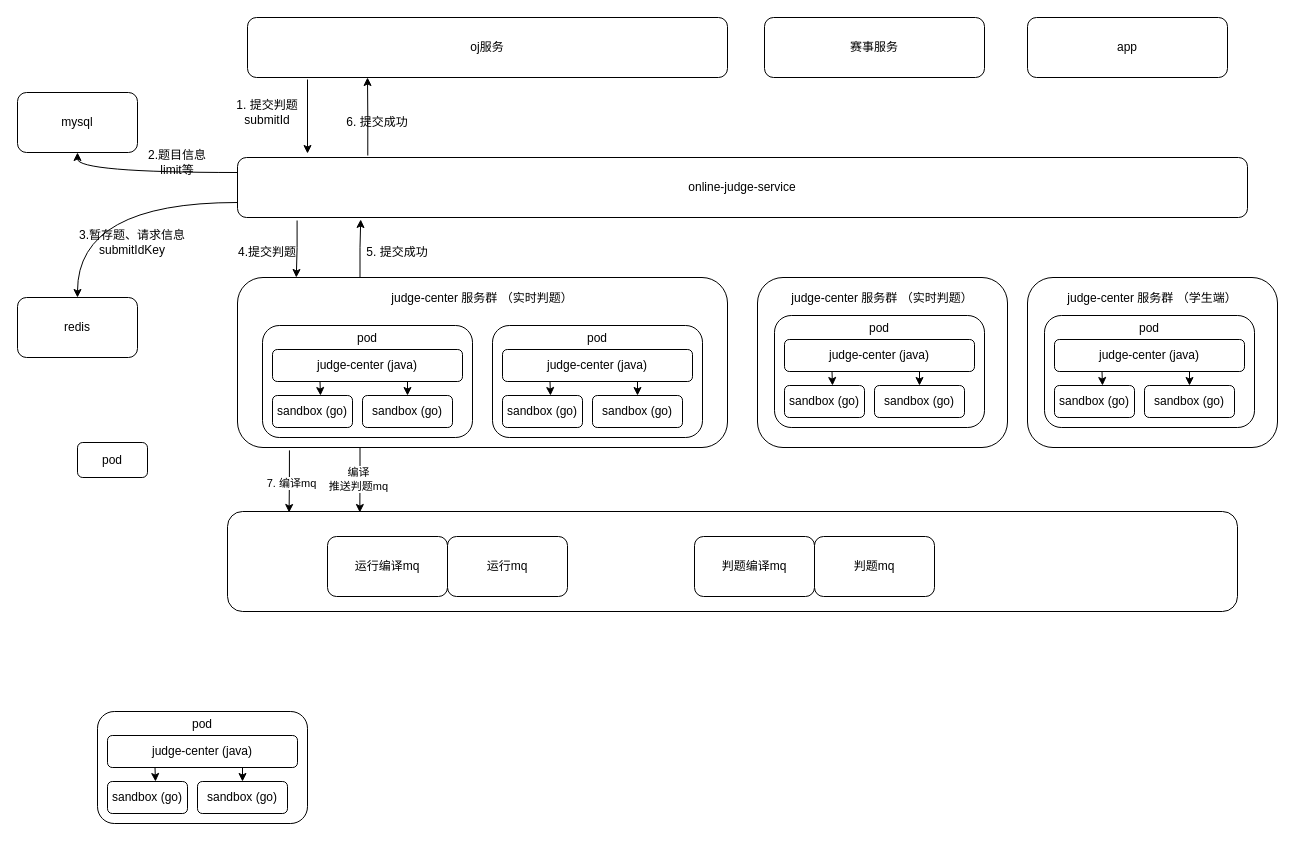
Above: 沙箱群.drawio in xiell2016/hetaoDesign (draw.io), before the change. Source tidied: cells renumbered, new cells numbered last; positions are measured from the earlier drawing's top-left corner, leaving out a move shared by most shapes. Both pictures are drawn from the tidied source at 100%, with x=0, y=0 at pixel (17, 17).
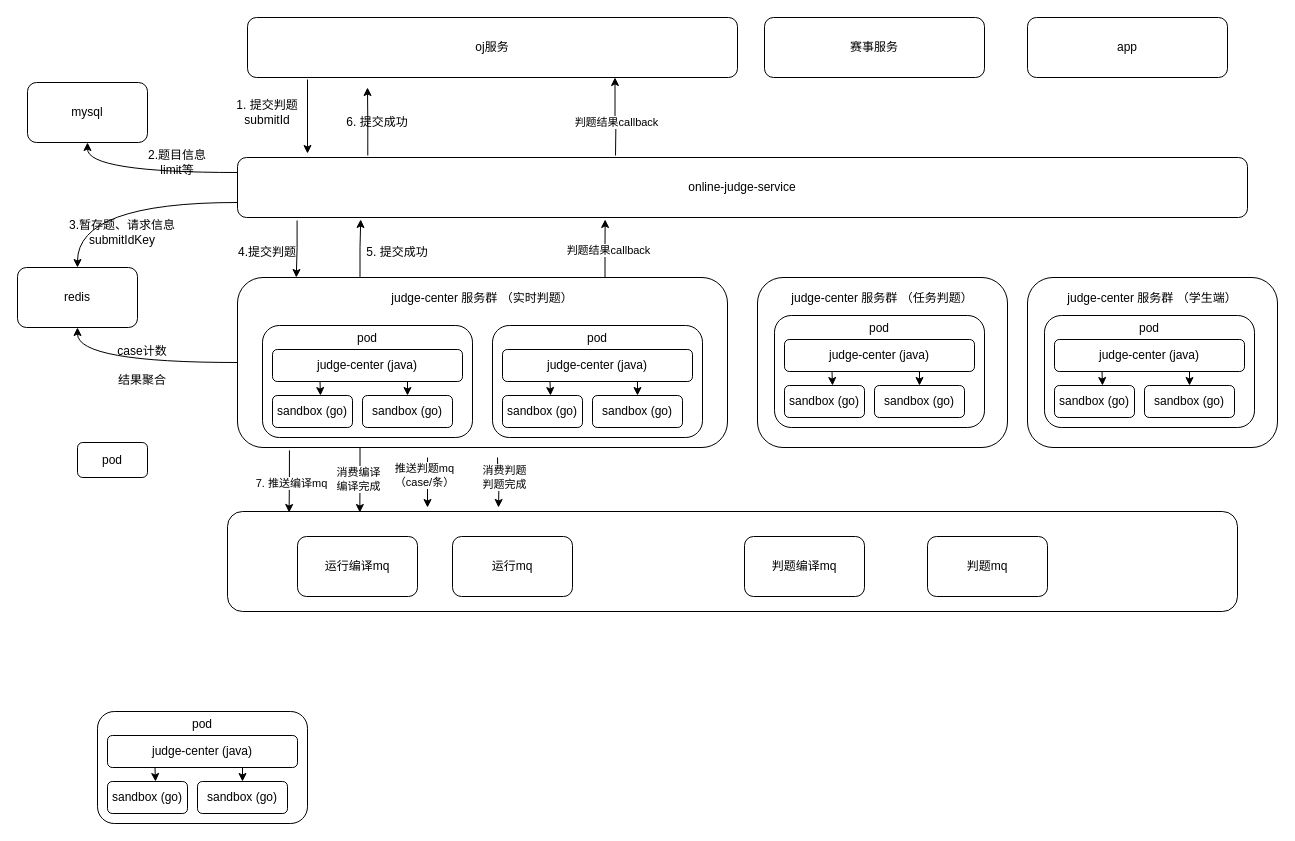
After the change.

Commit message (it also covers changes not shown here):
更新沙箱群.drawio

Unchanged cells that the change refers to:
```xml
<mxCell id="7" value="online-judge-service" style="rounded=1;whiteSpace=wrap;html=1;" parent="1" vertex="1">
  <mxGeometry x="220" y="140" width="1010" height="60" as="geometry" />
</mxCell>
<mxCell id="8" value="judge-center&lt;span style=&quot;background-color: initial;&quot;&gt;&amp;nbsp;服务群 （实时判题）&lt;/span&gt;&lt;div&gt;&lt;br&gt;&lt;/div&gt;&lt;div&gt;&lt;br&gt;&lt;div&gt;&lt;span style=&quot;background-color: initial;&quot;&gt;&lt;br&gt;&lt;/span&gt;&lt;/div&gt;&lt;div&gt;&lt;span style=&quot;background-color: initial;&quot;&gt;&lt;br&gt;&lt;/span&gt;&lt;/div&gt;&lt;div&gt;&lt;br&gt;&lt;/div&gt;&lt;div&gt;&lt;br&gt;&lt;/div&gt;&lt;div&gt;&lt;br&gt;&lt;/div&gt;&lt;div&gt;&lt;br&gt;&lt;/div&gt;&lt;div&gt;&lt;br&gt;&lt;/div&gt;&lt;/div&gt;" style="rounded=1;whiteSpace=wrap;html=1;" parent="1" vertex="1">
  <mxGeometry x="220" y="260" width="490" height="170" as="geometry" />
</mxCell>
<mxCell id="22" style="edgeStyle=orthogonalEdgeStyle;rounded=0;jettySize=auto;html=1;exitX=0.106;exitY=1.017;exitDx=0;exitDy=0;entryX=0.061;entryY=0.01;entryDx=0;entryDy=0;entryPerimeter=0;exitPerimeter=0;" parent="1" edge="1" source="8" target="2">
  <mxGeometry relative="1" as="geometry" />
</mxCell>
<mxCell id="29" style="edgeStyle=orthogonalEdgeStyle;rounded=0;jettySize=auto;html=1;exitX=0.25;exitY=1;exitDx=0;exitDy=0;entryX=0.131;entryY=0.01;entryDx=0;entryDy=0;entryPerimeter=0;" parent="1" edge="1" source="8" target="2">
  <mxGeometry relative="1" as="geometry" />
</mxCell>
```

What changed in the source:
```diff
@@
     <mxCell id="3" value="oj服务" style="rounded=1;whiteSpace=wrap;html=1;" parent="1" vertex="1">
-      <mxGeometry x="230" width="480" height="60" as="geometry" />
+      <mxGeometry x="230" width="490" height="60" as="geometry" />
     </mxCell>
@@
-    <mxCell id="6" style="edgeStyle=orthogonalEdgeStyle;rounded=0;jettySize=auto;html=1;exitX=0.129;exitY=-0.033;exitDx=0;exitDy=0;entryX=0.25;entryY=1;entryDx=0;entryDy=0;exitPerimeter=0;" parent="1" edge="1" source="7" target="3">
-      <mxGeometry relative="1" as="geometry" />
+    <mxCell id="6" style="edgeStyle=orthogonalEdgeStyle;rounded=0;jettySize=auto;html=1;exitX=0.129;exitY=-0.033;exitDx=0;exitDy=0;exitPerimeter=0;" parent="1" edge="1" source="7">
+      <mxGeometry relative="1" as="geometry">
+        <mxPoint x="350" y="70" as="targetPoint" />
+      </mxGeometry>
     </mxCell>
+    <mxCell id="65" style="edgeStyle=orthogonalEdgeStyle;rounded=0;jettySize=auto;html=1;entryX=0.75;entryY=1;entryDx=0;entryDy=0;" parent="1" edge="1" target="3">
+      <mxGeometry relative="1" as="geometry">
+        <mxPoint x="598" y="138" as="sourcePoint" />
+      </mxGeometry>
+    </mxCell>
+    <mxCell id="66" value="判题结果callback" style="edgeLabel;html=1;align=center;verticalAlign=middle;" parent="65" vertex="1">
+      <mxGeometry x="-0.14" relative="1" as="geometry" />
+    </mxCell>
@@
+    <mxCell id="67" style="edgeStyle=orthogonalEdgeStyle;rounded=0;jettySize=auto;html=1;exitX=0;exitY=0.5;exitDx=0;exitDy=0;entryX=0.5;entryY=1;entryDx=0;entryDy=0;curved=1;" parent="1" edge="1" source="8" target="10">
+      <mxGeometry relative="1" as="geometry" />
+    </mxCell>
+    <mxCell id="68" style="edgeStyle=orthogonalEdgeStyle;rounded=0;orthogonalLoop=1;jettySize=auto;html=1;" parent="1" edge="1">
+      <mxGeometry relative="1" as="geometry">
+        <mxPoint x="410" y="440" as="sourcePoint" />
+        <mxPoint x="410" y="490" as="targetPoint" />
+      </mxGeometry>
+    </mxCell>
+    <mxCell id="69" value="&lt;div&gt;推送判题mq&lt;/div&gt;&lt;div&gt;（case/条）&lt;/div&gt;" style="edgeLabel;html=1;align=center;verticalAlign=middle;" parent="68" vertex="1">
+      <mxGeometry x="-0.32" y="-4" relative="1" as="geometry" />
+    </mxCell>
@@
     <mxCell id="9" value="mysql" style="rounded=1;whiteSpace=wrap;html=1;" parent="1" vertex="1">
-      <mxGeometry y="75" width="120" height="60" as="geometry" />
+      <mxGeometry x="10" y="65" width="120" height="60" as="geometry" />
     </mxCell>
     <mxCell id="10" value="redis" style="rounded=1;whiteSpace=wrap;html=1;" parent="1" vertex="1">
-      <mxGeometry y="280" width="120" height="60" as="geometry" />
+      <mxGeometry y="250" width="120" height="60" as="geometry" />
     </mxCell>
     <mxCell id="11" value="运行编译mq" style="rounded=1;whiteSpace=wrap;html=1;" parent="1" vertex="1">
-      <mxGeometry x="310" y="519" width="120" height="60" as="geometry" />
+      <mxGeometry x="280" y="519" width="120" height="60" as="geometry" />
     </mxCell>
     <mxCell id="12" value="判题编译mq" style="rounded=1;whiteSpace=wrap;html=1;" parent="1" vertex="1">
-      <mxGeometry x="677" y="519" width="120" height="60" as="geometry" />
+      <mxGeometry x="727" y="519" width="120" height="60" as="geometry" />
     </mxCell>
     <mxCell id="13" value="运行mq" style="rounded=1;whiteSpace=wrap;html=1;" parent="1" vertex="1">
-      <mxGeometry x="430" y="519" width="120" height="60" as="geometry" />
+      <mxGeometry x="435" y="519" width="120" height="60" as="geometry" />
     </mxCell>
-    <mxCell id="14" value="judge-center&lt;span style=&quot;background-color: initial;&quot;&gt;&amp;nbsp;服务群 （实时判题）&lt;/span&gt;&lt;div&gt;&lt;span style=&quot;background-color: initial;&quot;&gt;&lt;br&gt;&lt;/span&gt;&lt;/div&gt;&lt;div&gt;&lt;span style=&quot;background-color: initial;&quot;&gt;&lt;br&gt;&lt;/span&gt;&lt;/div&gt;&lt;div&gt;&lt;span style=&quot;background-color: initial;&quot;&gt;&lt;br&gt;&lt;/span&gt;&lt;/div&gt;&lt;div&gt;&lt;span style=&quot;background-color: initial;&quot;&gt;&lt;br&gt;&lt;/span&gt;&lt;/div&gt;&lt;div&gt;&lt;span style=&quot;background-color: initial;&quot;&gt;&lt;br&gt;&lt;/span&gt;&lt;/div&gt;&lt;div&gt;&lt;span style=&quot;background-color: initial;&quot;&gt;&lt;br&gt;&lt;/span&gt;&lt;/div&gt;&lt;div&gt;&lt;span style=&quot;background-color: initial;&quot;&gt;&lt;br&gt;&lt;/span&gt;&lt;/div&gt;&lt;div&gt;&lt;span style=&quot;background-color: initial;&quot;&gt;&lt;br&gt;&lt;/span&gt;&lt;/div&gt;&lt;div&gt;&lt;span style=&quot;background-color: initial;&quot;&gt;&lt;br&gt;&lt;/span&gt;&lt;/div&gt;" style="rounded=1;whiteSpace=wrap;html=1;" parent="1" vertex="1">
+    <mxCell id="14" value="judge-center&lt;span style=&quot;background-color: initial;&quot;&gt;&amp;nbsp;服务群 （任务判题）&lt;/span&gt;&lt;div&gt;&lt;span style=&quot;background-color: initial;&quot;&gt;&lt;br&gt;&lt;/span&gt;&lt;/div&gt;&lt;div&gt;&lt;span style=&quot;background-color: initial;&quot;&gt;&lt;br&gt;&lt;/span&gt;&lt;/div&gt;&lt;div&gt;&lt;span style=&quot;background-color: initial;&quot;&gt;&lt;br&gt;&lt;/span&gt;&lt;/div&gt;&lt;div&gt;&lt;span style=&quot;background-color: initial;&quot;&gt;&lt;br&gt;&lt;/span&gt;&lt;/div&gt;&lt;div&gt;&lt;span style=&quot;background-color: initial;&quot;&gt;&lt;br&gt;&lt;/span&gt;&lt;/div&gt;&lt;div&gt;&lt;span style=&quot;background-color: initial;&quot;&gt;&lt;br&gt;&lt;/span&gt;&lt;/div&gt;&lt;div&gt;&lt;span style=&quot;background-color: initial;&quot;&gt;&lt;br&gt;&lt;/span&gt;&lt;/div&gt;&lt;div&gt;&lt;span style=&quot;background-color: initial;&quot;&gt;&lt;br&gt;&lt;/span&gt;&lt;/div&gt;&lt;div&gt;&lt;span style=&quot;background-color: initial;&quot;&gt;&lt;br&gt;&lt;/span&gt;&lt;/div&gt;" style="rounded=1;whiteSpace=wrap;html=1;" parent="1" vertex="1">
       <mxGeometry x="740" y="260" width="250" height="170" as="geometry" />
     </mxCell>
     <mxCell id="15" value="判题mq" style="rounded=1;whiteSpace=wrap;html=1;" parent="1" vertex="1">
-      <mxGeometry x="797" y="519" width="120" height="60" as="geometry" />
+      <mxGeometry x="910" y="519" width="120" height="60" as="geometry" />
     </mxCell>
@@
     <mxCell id="21" value="3.暂存题、请求信息&lt;br&gt;submitIdKey" style="text;html=1;align=center;verticalAlign=middle;whiteSpace=wrap;rounded=0;" parent="1" vertex="1">
-      <mxGeometry x="60" y="210" width="110" height="30" as="geometry" />
+      <mxGeometry x="50" y="200" width="110" height="30" as="geometry" />
     </mxCell>
@@
-    <mxCell id="23" value="7. 编译mq" style="edgeLabel;html=1;align=center;verticalAlign=middle;" parent="22" vertex="1">
+    <mxCell id="23" value="7. 推送编译mq" style="edgeLabel;html=1;align=center;verticalAlign=middle;" parent="22" vertex="1">
       <mxGeometry x="0.06" y="2" relative="1" as="geometry" />
     </mxCell>
@@
-    <mxCell id="30" value="编译&lt;div&gt;推送判题mq&lt;/div&gt;" style="edgeLabel;html=1;align=center;verticalAlign=middle;" parent="29" vertex="1">
+    <mxCell id="30" value="消费编译&lt;div&gt;编译完成&lt;/div&gt;" style="edgeLabel;html=1;align=center;verticalAlign=middle;" parent="29" vertex="1">
       <mxGeometry x="-0.01" y="-2" relative="1" as="geometry" />
     </mxCell>
@@
+    <mxCell id="70" style="edgeStyle=orthogonalEdgeStyle;rounded=0;orthogonalLoop=1;jettySize=auto;html=1;" parent="1" edge="1">
+      <mxGeometry relative="1" as="geometry">
+        <mxPoint x="480" y="440" as="sourcePoint" />
+        <mxPoint x="481" y="490" as="targetPoint" />
+      </mxGeometry>
+    </mxCell>
+    <mxCell id="71" value="消费判题&lt;div&gt;判题完成&lt;/div&gt;" style="edgeLabel;html=1;align=center;verticalAlign=middle;" parent="70" vertex="1">
+      <mxGeometry x="-0.12" y="3" relative="1" as="geometry">
+        <mxPoint x="3" y="-2" as="offset" />
+      </mxGeometry>
+    </mxCell>
+    <mxCell id="72" value="case计数&lt;div style=&quot;font-size: 11px; text-wrap: nowrap;&quot;&gt;&lt;span style=&quot;font-size: 12px; text-wrap: wrap;&quot;&gt;&lt;br&gt;&lt;/span&gt;&lt;/div&gt;&lt;div style=&quot;font-size: 11px; text-wrap: nowrap;&quot;&gt;&lt;span style=&quot;font-size: 12px; text-wrap: wrap;&quot;&gt;结果聚合&lt;/span&gt;&lt;/div&gt;" style="text;html=1;align=center;verticalAlign=middle;whiteSpace=wrap;rounded=0;" parent="1" vertex="1">
+      <mxGeometry x="70" y="326" width="110" height="44" as="geometry" />
+    </mxCell>
+    <mxCell id="73" style="edgeStyle=orthogonalEdgeStyle;rounded=0;jettySize=auto;html=1;exitX=0.75;exitY=0;exitDx=0;exitDy=0;entryX=0.364;entryY=1.033;entryDx=0;entryDy=0;entryPerimeter=0;" parent="1" edge="1" source="8" target="7">
+      <mxGeometry relative="1" as="geometry" />
+    </mxCell>
+    <mxCell id="74" value="判题结果callback" style="edgeLabel;html=1;align=center;verticalAlign=middle;" parent="73" vertex="1">
+      <mxGeometry x="-0.07" y="-2" relative="1" as="geometry">
+        <mxPoint x="1" y="-1" as="offset" />
+      </mxGeometry>
+    </mxCell>
```
